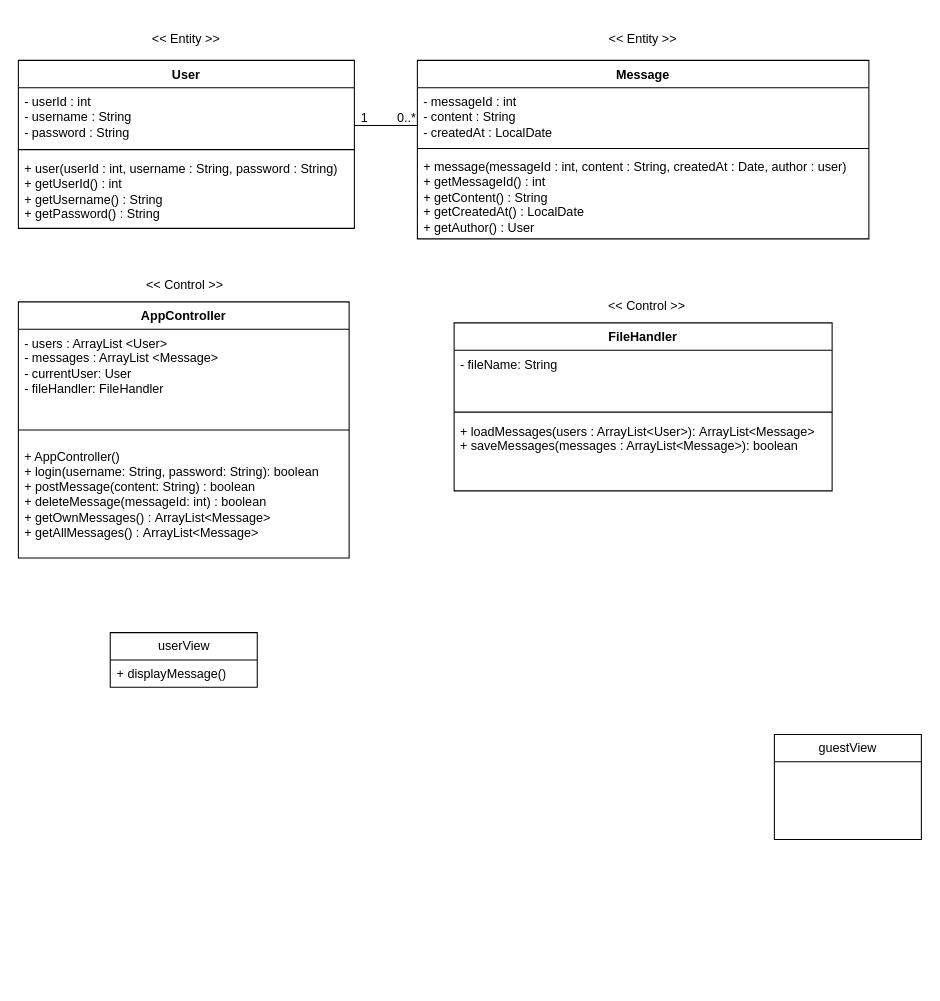
This is diagrams/class_diagram.drawio from SaraMalmstedt/Chatterbox_Group3, a draw.io file, before an edit. Source tidied: cells renumbered, new cells numbered last; positions are measured from the earlier drawing's top-left corner, leaving out a move shared by most shapes. Both pictures are drawn from the tidied source at 105%, with x=0, y=0 at pixel (18, 18).
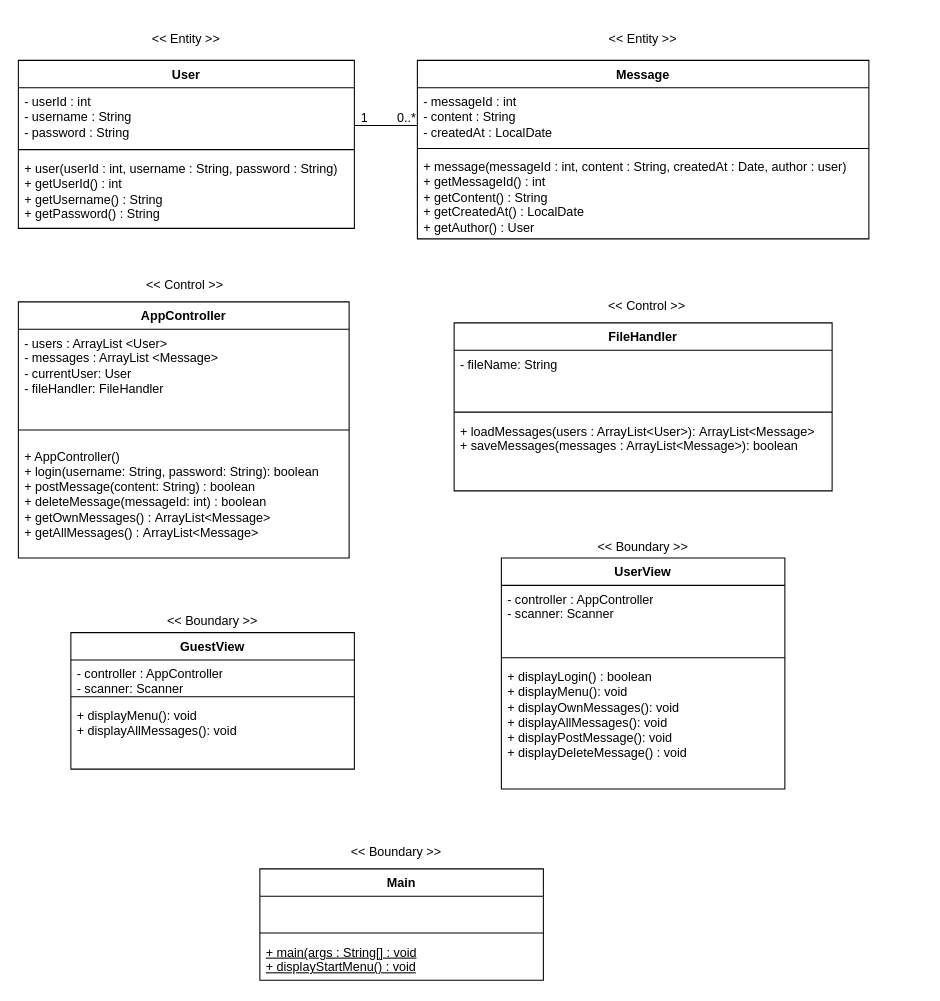
After the change.

Commit message:
Update class diagram with UserView, GuestView and Main boundary classes

Diff of the diagram source:
```diff
@@
-    <mxCell id="13" value="guestView" style="swimlane;fontStyle=0;horizontal=1;startSize=26;fillColor=none;whiteSpace=wrap;html=1;" parent="1" vertex="1">
-      <mxGeometry x="720" y="682" width="140" height="100" as="geometry" />
-    </mxCell>
@@
-    <mxCell id="16" value="userView" style="swimlane;fontStyle=0;horizontal=1;startSize=26;fillColor=none;whiteSpace=wrap;html=1;" parent="1" vertex="1">
-      <mxGeometry x="87.5" y="585" width="140" height="52" as="geometry" />
-    </mxCell>
-    <mxCell id="17" value="+ displayMessage()" style="text;strokeColor=none;fillColor=none;align=left;verticalAlign=top;spacingLeft=4;spacingRight=4;overflow=hidden;whiteSpace=wrap;html=1;" parent="16" vertex="1">
-      <mxGeometry y="26" width="140" height="26" as="geometry" />
-    </mxCell>
@@
+    <mxCell id="28" value="UserView" style="swimlane;fontStyle=1;align=center;verticalAlign=top;horizontal=1;startSize=26;whiteSpace=wrap;html=1;" parent="1" vertex="1">
+      <mxGeometry x="460" y="514" width="270" height="220" as="geometry" />
+    </mxCell>
+    <mxCell id="29" value="- controller : AppController&lt;br&gt;&lt;div&gt;- scanner: Scanner&lt;/div&gt;" style="text;strokeColor=none;fillColor=none;align=left;verticalAlign=top;spacingLeft=4;spacingRight=4;overflow=hidden;whiteSpace=wrap;html=1;" parent="28" vertex="1">
+      <mxGeometry y="26" width="270" height="64" as="geometry" />
+    </mxCell>
+    <mxCell id="30" style="line;strokeWidth=1;fillColor=none;align=left;verticalAlign=middle;spacingTop=-1;spacingLeft=3;spacingRight=3;labelPosition=right;strokeColor=inherit;" parent="28" vertex="1">
+      <mxGeometry y="90" width="270" height="10" as="geometry" />
+    </mxCell>
+    <mxCell id="31" value="&lt;div&gt;+ displayLogin() : boolean&lt;/div&gt;&lt;div&gt;+ displayMenu(): void&lt;/div&gt;&lt;div&gt;+ displayOwnMessages(): void&lt;/div&gt;&lt;div&gt;+ displayAllMessages(): void&lt;/div&gt;&lt;div&gt;+ displayPostMessage(): void&lt;/div&gt;&lt;div&gt;+ displayDeleteMessage() : void&lt;/div&gt;" style="text;strokeColor=none;fillColor=none;align=left;verticalAlign=top;spacingLeft=4;spacingRight=4;overflow=hidden;whiteSpace=wrap;html=1;" parent="28" vertex="1">
+      <mxGeometry y="100" width="270" height="120" as="geometry" />
+    </mxCell>
+    <mxCell id="32" value="&lt;span style=&quot;color: rgb(0, 0, 0); font-family: Helvetica; font-size: 12px; font-style: normal; font-variant-ligatures: normal; font-variant-caps: normal; font-weight: 400; letter-spacing: normal; orphans: 2; text-align: center; text-indent: 0px; text-transform: none; widows: 2; word-spacing: 0px; -webkit-text-stroke-width: 0px; white-space: normal; text-decoration-thickness: initial; text-decoration-style: initial; text-decoration-color: initial; float: none; background-color: rgb(255, 255, 255); display: inline !important;&quot;&gt;&amp;lt;&amp;lt; Boundary &amp;gt;&amp;gt;&lt;/span&gt;" style="text;whiteSpace=wrap;html=1;" parent="1" vertex="1">
+      <mxGeometry x="550" y="490" width="100" height="40" as="geometry" />
+    </mxCell>
+    <mxCell id="33" value="GuestView" style="swimlane;fontStyle=1;align=center;verticalAlign=top;horizontal=1;startSize=26;whiteSpace=wrap;html=1;" parent="1" vertex="1">
+      <mxGeometry x="50" y="585" width="270" height="130" as="geometry" />
+    </mxCell>
+    <mxCell id="34" value="- controller : AppController&lt;br&gt;&lt;div&gt;- scanner: Scanner&lt;/div&gt;" style="text;strokeColor=none;fillColor=none;align=left;verticalAlign=top;spacingLeft=4;spacingRight=4;overflow=hidden;whiteSpace=wrap;html=1;" parent="33" vertex="1">
+      <mxGeometry y="26" width="270" height="30" as="geometry" />
+    </mxCell>
+    <mxCell id="35" style="line;strokeWidth=1;fillColor=none;align=left;verticalAlign=middle;spacingTop=-1;spacingLeft=3;spacingRight=3;labelPosition=right;strokeColor=inherit;" parent="33" vertex="1">
+      <mxGeometry y="56" width="270" height="10" as="geometry" />
+    </mxCell>
+    <mxCell id="36" value="&lt;div&gt;+ displayMenu(): void&lt;/div&gt;&lt;div&gt;+ displayAllMessages(): void&lt;/div&gt;&lt;div&gt;&lt;br&gt;&lt;/div&gt;" style="text;strokeColor=none;fillColor=none;align=left;verticalAlign=top;spacingLeft=4;spacingRight=4;overflow=hidden;whiteSpace=wrap;html=1;" parent="33" vertex="1">
+      <mxGeometry y="66" width="270" height="64" as="geometry" />
+    </mxCell>
+    <mxCell id="37" value="&lt;span style=&quot;color: rgb(0, 0, 0); font-family: Helvetica; font-size: 12px; font-style: normal; font-variant-ligatures: normal; font-variant-caps: normal; font-weight: 400; letter-spacing: normal; orphans: 2; text-align: center; text-indent: 0px; text-transform: none; widows: 2; word-spacing: 0px; -webkit-text-stroke-width: 0px; white-space: normal; text-decoration-thickness: initial; text-decoration-style: initial; text-decoration-color: initial; float: none; background-color: rgb(255, 255, 255); display: inline !important;&quot;&gt;&amp;lt;&amp;lt; Boundary &amp;gt;&amp;gt;&lt;/span&gt;" style="text;whiteSpace=wrap;html=1;" parent="1" vertex="1">
+      <mxGeometry x="140" y="560" width="100" height="30" as="geometry" />
+    </mxCell>
+    <mxCell id="38" value="Main" style="swimlane;fontStyle=1;align=center;verticalAlign=top;horizontal=1;startSize=26;whiteSpace=wrap;html=1;" parent="1" vertex="1">
+      <mxGeometry x="230" y="810" width="270" height="106" as="geometry" />
+    </mxCell>
+    <mxCell id="39" value="&lt;br&gt;&lt;div&gt;&lt;br&gt;&lt;/div&gt;" style="text;strokeColor=none;fillColor=none;align=left;verticalAlign=top;spacingLeft=4;spacingRight=4;overflow=hidden;whiteSpace=wrap;html=1;" parent="38" vertex="1">
+      <mxGeometry y="26" width="270" height="30" as="geometry" />
+    </mxCell>
+    <mxCell id="40" style="line;strokeWidth=1;fillColor=none;align=left;verticalAlign=middle;spacingTop=-1;spacingLeft=3;spacingRight=3;labelPosition=right;strokeColor=inherit;" parent="38" vertex="1">
+      <mxGeometry y="56" width="270" height="10" as="geometry" />
+    </mxCell>
+    <mxCell id="41" value="&lt;div&gt;&lt;u&gt;+ main(args : String[] : void&lt;/u&gt;&lt;/div&gt;&lt;div&gt;&lt;u&gt;+ displayStartMenu() : void&lt;/u&gt;&lt;/div&gt;" style="text;strokeColor=none;fillColor=none;align=left;verticalAlign=top;spacingLeft=4;spacingRight=4;overflow=hidden;whiteSpace=wrap;html=1;" parent="38" vertex="1">
+      <mxGeometry y="66" width="270" height="40" as="geometry" />
+    </mxCell>
+    <mxCell id="42" value="&lt;span style=&quot;color: rgb(0, 0, 0); font-family: Helvetica; font-size: 12px; font-style: normal; font-variant-ligatures: normal; font-variant-caps: normal; font-weight: 400; letter-spacing: normal; orphans: 2; text-align: center; text-indent: 0px; text-transform: none; widows: 2; word-spacing: 0px; -webkit-text-stroke-width: 0px; white-space: normal; text-decoration-thickness: initial; text-decoration-style: initial; text-decoration-color: initial; float: none; background-color: rgb(255, 255, 255); display: inline !important;&quot;&gt;&amp;lt;&amp;lt; Boundary &amp;gt;&amp;gt;&lt;/span&gt;" style="text;whiteSpace=wrap;html=1;" parent="1" vertex="1">
+      <mxGeometry x="315" y="780" width="100" height="30" as="geometry" />
+    </mxCell>
```
